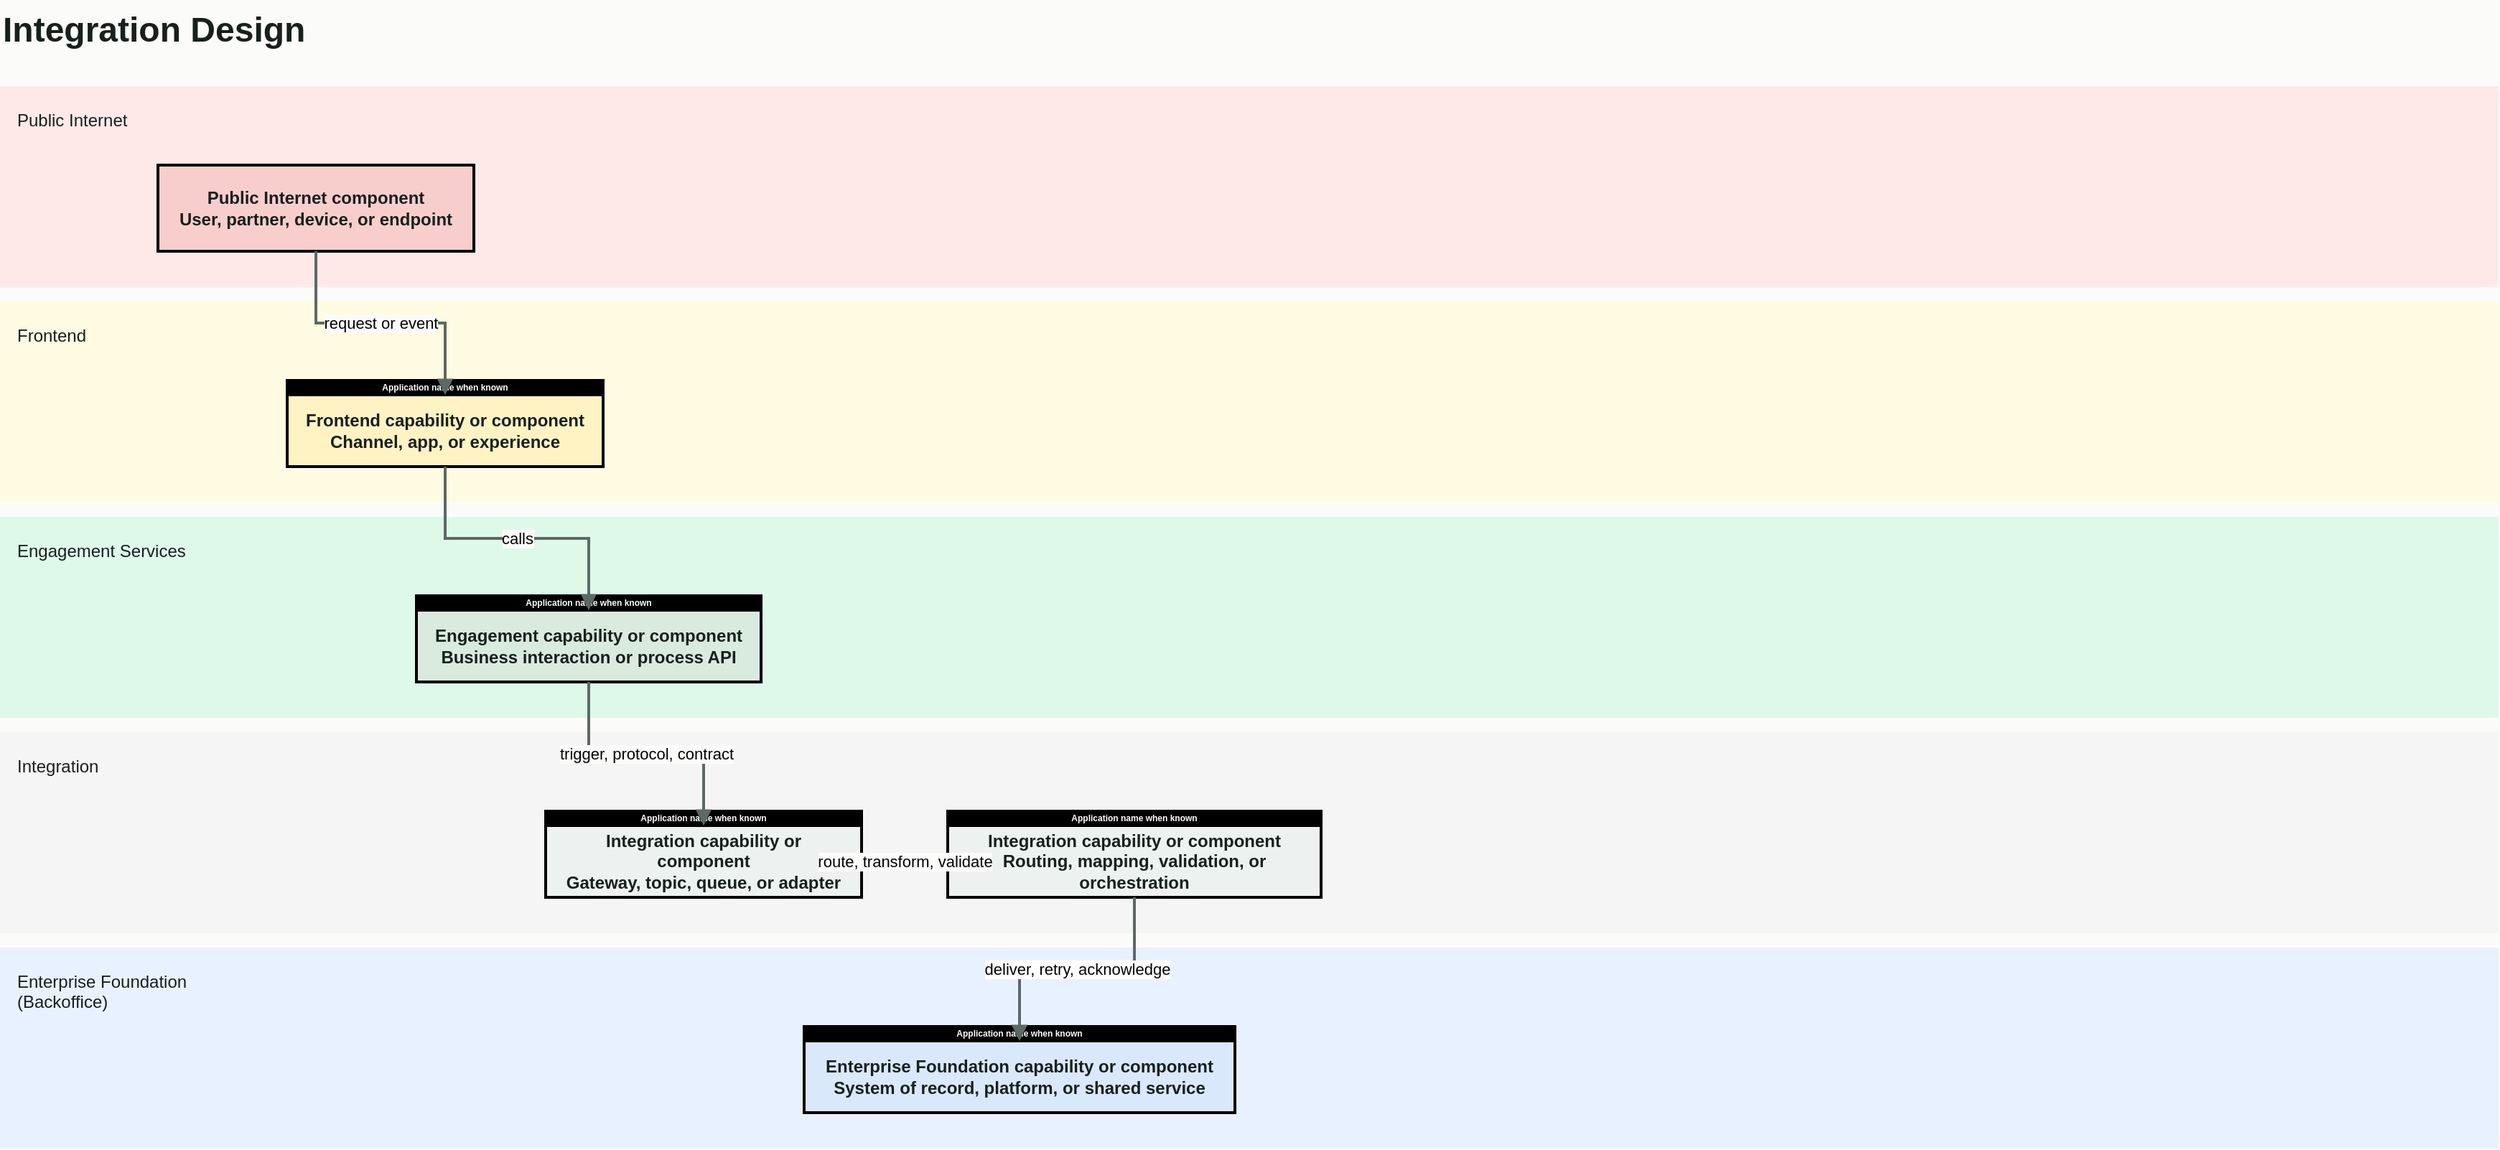
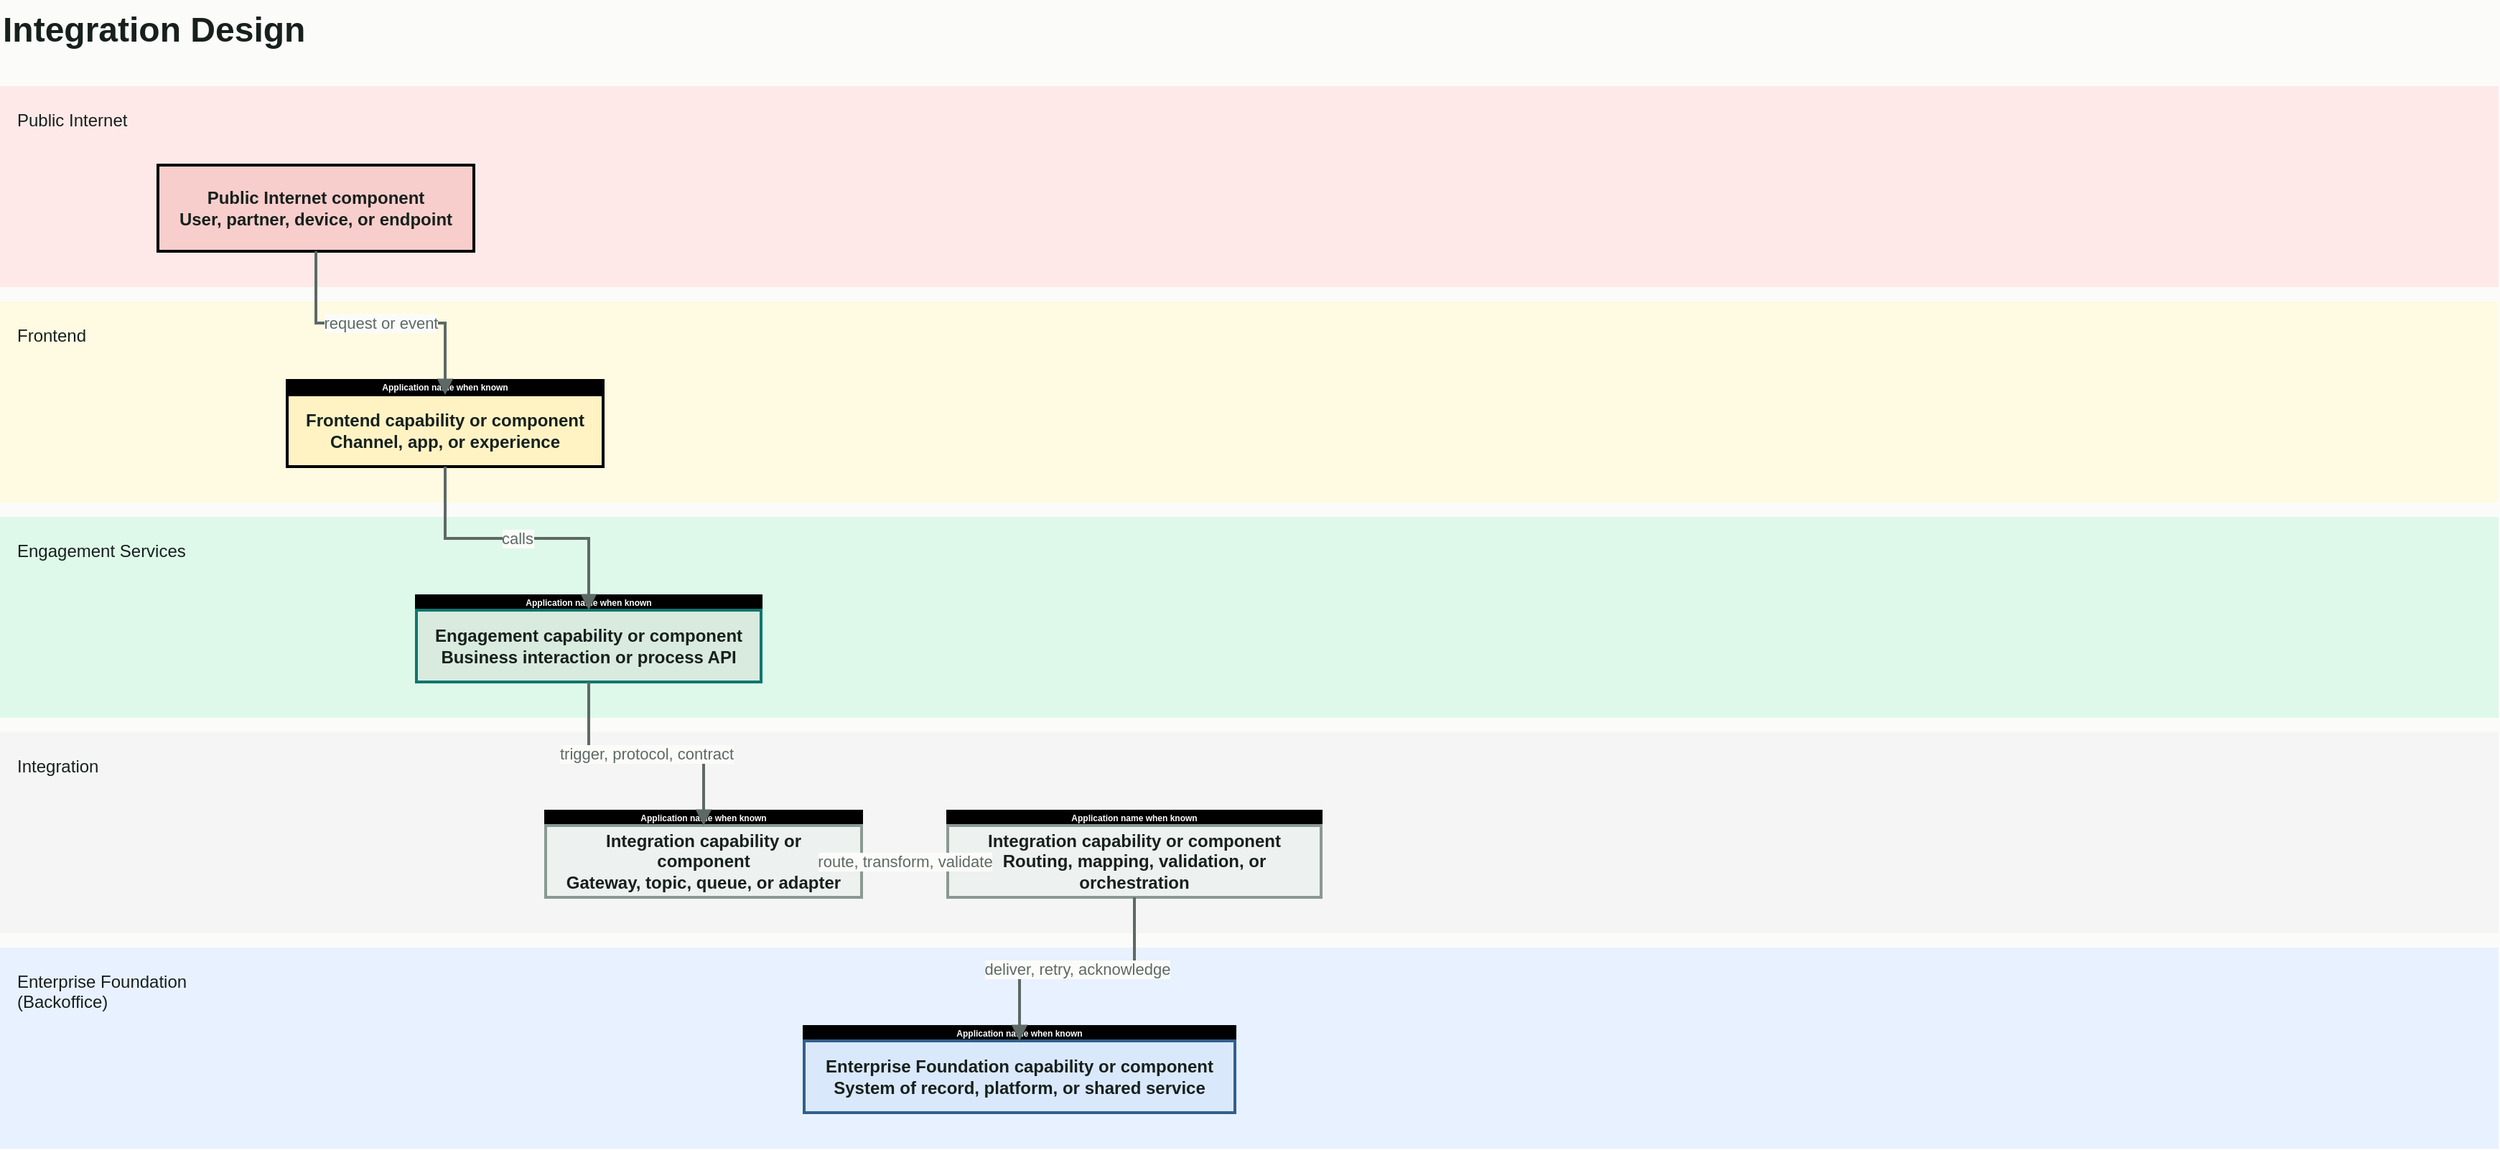
<mxfile host="65bd71144e">
    <diagram id="integration-design" name="Integration Design">
        <mxGraphModel dx="1387" dy="1162" grid="1" gridSize="10" guides="1" tooltips="1" connect="1" arrows="1" fold="1" page="1" pageScale="1" pageWidth="1169" pageHeight="1000" background="#fbfcfa" math="0" shadow="0">
            <root>
                <mxCell id="0"/>
                <mxCell id="1" parent="0"/>
                <mxCell id="title" value="Integration Design" style="text;html=1;strokeColor=none;fillColor=none;align=left;fontStyle=1;fontSize=24;fontColor=#17201d;" parent="1" vertex="1">
                    <mxGeometry x="60" y="40" width="420" height="40" as="geometry"/>
                </mxCell>
                <mxCell id="public-internet-layer" value="Public Internet" style="rounded=0;whiteSpace=wrap;html=1;align=left;verticalAlign=top;spacing=12;fontStyle=0;fillColor=#fee9e8;strokeColor=none;fontColor=#17201d;strokeWidth=2;" parent="1" vertex="1">
                    <mxGeometry x="60" y="100" width="1740" height="140" as="geometry"/>
                </mxCell>
                <mxCell id="frontend-layer" value="Frontend" style="rounded=0;whiteSpace=wrap;html=1;align=left;verticalAlign=top;spacing=12;fontStyle=0;fillColor=#fffbe2;strokeColor=none;fontColor=#17201d;strokeWidth=2;" parent="1" vertex="1">
                    <mxGeometry x="60" y="250" width="1740" height="140" as="geometry"/>
                </mxCell>
                <mxCell id="engagement-layer" value="Engagement Services" style="rounded=0;whiteSpace=wrap;html=1;align=left;verticalAlign=top;spacing=12;fontStyle=0;fillColor=#def9ea;strokeColor=none;fontColor=#17201d;strokeWidth=2;" parent="1" vertex="1">
                    <mxGeometry x="60" y="400" width="1740" height="140" as="geometry"/>
                </mxCell>
                <mxCell id="integration-layer" value="Integration" style="rounded=0;whiteSpace=wrap;html=1;align=left;verticalAlign=top;spacing=12;fontStyle=0;fillColor=#f5f5f5;strokeColor=none;fontColor=#17201d;strokeWidth=2;" parent="1" vertex="1">
                    <mxGeometry x="60" y="550" width="1740" height="140" as="geometry"/>
                </mxCell>
                <mxCell id="enterprise-foundation-layer" value="Enterprise Foundation &lt;br&gt;(Backoffice)" style="rounded=0;whiteSpace=wrap;html=1;align=left;verticalAlign=top;spacing=12;fontStyle=0;fillColor=#e8f1ff;strokeColor=none;fontColor=#17201d;strokeWidth=2;" parent="1" vertex="1">
                    <mxGeometry x="60" y="700" width="1740" height="140" as="geometry"/>
                </mxCell>
                <mxCell id="public-entry" value="Public Internet component&#xa;User, partner, device, or endpoint" style="rounded=0;whiteSpace=wrap;html=1;spacing=12;fillColor=#f8cecc;strokeColor=#000000;fontColor=#17201d;fontStyle=1;strokeWidth=2;" parent="1" vertex="1">
                    <mxGeometry x="170" y="155" width="220" height="60" as="geometry"/>
                </mxCell>
                <mxCell id="frontend-component-header" value="Application name when known" style="rounded=0;whiteSpace=wrap;html=1;spacing=0;fillColor=#000000;strokeColor=#000000;fontColor=#ffffff;fontStyle=1;fontSize=6;strokeWidth=2;" parent="1" vertex="1">
                    <mxGeometry x="260" y="305" width="220" height="10" as="geometry"/>
                </mxCell>
                <mxCell id="frontend-component" value="Frontend capability or component&#xa;Channel, app, or experience" style="rounded=0;whiteSpace=wrap;html=1;spacing=12;fillColor=#fff3c4;strokeColor=#000000;fontColor=#17201d;fontStyle=1;strokeWidth=2;" parent="1" vertex="1">
                    <mxGeometry x="260" y="315" width="220" height="50" as="geometry"/>
                </mxCell>
                <mxCell id="engagement-service-header" value="Application name when known" style="rounded=0;whiteSpace=wrap;html=1;spacing=0;fillColor=#000000;strokeColor=#000000;fontColor=#ffffff;fontStyle=1;fontSize=6;strokeWidth=2;" parent="1" vertex="1">
                    <mxGeometry x="350" y="455" width="240" height="10" as="geometry"/>
                </mxCell>
-                 <mxCell id="engagement-service" value="Engagement capability or component&#xa;Business interaction or process API" style="rounded=0;whiteSpace=wrap;html=1;spacing=12;fillColor=#d9eadf;strokeColor=default;fontColor=#17201d;fontStyle=1;strokeWidth=2;" parent="1" vertex="1">
+                 <mxCell id="engagement-service" value="Engagement capability or component&#xa;Business interaction or process API" style="rounded=0;whiteSpace=wrap;html=1;spacing=12;fillColor=#d9eadf;strokeColor=#0f766e;fontColor=#17201d;fontStyle=1;strokeWidth=2;" parent="1" vertex="1">
                    <mxGeometry x="350" y="465" width="240" height="50" as="geometry"/>
                </mxCell>
                <mxCell id="integration-ingress-header" value="Application name when known" style="rounded=0;whiteSpace=wrap;html=1;spacing=0;fillColor=#000000;strokeColor=#000000;fontColor=#ffffff;fontStyle=1;fontSize=6;strokeWidth=2;" parent="1" vertex="1">
                    <mxGeometry x="440" y="605" width="220" height="10" as="geometry"/>
                </mxCell>
-                 <mxCell id="integration-ingress" value="Integration capability or component&#xa;Gateway, topic, queue, or adapter" style="rounded=0;whiteSpace=wrap;html=1;spacing=12;fillColor=#edf2f0;strokeColor=default;fontColor=#17201d;fontStyle=1;strokeWidth=2;" parent="1" vertex="1">
+                 <mxCell id="integration-ingress" value="Integration capability or component&#xa;Gateway, topic, queue, or adapter" style="rounded=0;whiteSpace=wrap;html=1;spacing=12;fillColor=#edf2f0;strokeColor=#8a9992;fontColor=#17201d;fontStyle=1;strokeWidth=2;" parent="1" vertex="1">
                    <mxGeometry x="440" y="615" width="220" height="50" as="geometry"/>
                </mxCell>
                <mxCell id="integration-orchestration-header" value="Application name when known" style="rounded=0;whiteSpace=wrap;html=1;spacing=0;fillColor=#000000;strokeColor=#000000;fontColor=#ffffff;fontStyle=1;fontSize=6;strokeWidth=2;" parent="1" vertex="1">
                    <mxGeometry x="720" y="605" width="260" height="10" as="geometry"/>
                </mxCell>
-                 <mxCell id="integration-orchestration" value="Integration capability or component&#xa;Routing, mapping, validation, or orchestration" style="rounded=0;whiteSpace=wrap;html=1;spacing=12;fillColor=#edf2f0;strokeColor=default;fontColor=#17201d;fontStyle=1;strokeWidth=2;" parent="1" vertex="1">
+                 <mxCell id="integration-orchestration" value="Integration capability or component&#xa;Routing, mapping, validation, or orchestration" style="rounded=0;whiteSpace=wrap;html=1;spacing=12;fillColor=#edf2f0;strokeColor=#8a9992;fontColor=#17201d;fontStyle=1;strokeWidth=2;" parent="1" vertex="1">
                    <mxGeometry x="720" y="615" width="260" height="50" as="geometry"/>
                </mxCell>
                <mxCell id="foundation-component-header" value="Application name when known" style="rounded=0;whiteSpace=wrap;html=1;spacing=0;fillColor=#000000;strokeColor=#000000;fontColor=#ffffff;fontStyle=1;fontSize=6;strokeWidth=2;" parent="1" vertex="1">
                    <mxGeometry x="620" y="755" width="300" height="10" as="geometry"/>
                </mxCell>
-                 <mxCell id="foundation-component" value="Enterprise Foundation capability or component&#xa;System of record, platform, or shared service" style="rounded=0;whiteSpace=wrap;html=1;spacing=12;fillColor=#dae8fc;strokeColor=default;fontColor=#17201d;fontStyle=1;strokeWidth=2;" parent="1" vertex="1">
+                 <mxCell id="foundation-component" value="Enterprise Foundation capability or component&#xa;System of record, platform, or shared service" style="rounded=0;whiteSpace=wrap;html=1;spacing=12;fillColor=#dae8fc;strokeColor=#315f8f;fontColor=#17201d;fontStyle=1;strokeWidth=2;" parent="1" vertex="1">
                    <mxGeometry x="620" y="765" width="300" height="50" as="geometry"/>
                </mxCell>
-                 <mxCell id="edge-public-frontend" value="request or event" style="edgeStyle=orthogonalEdgeStyle;rounded=0;orthogonalLoop=1;jettySize=auto;html=1;endArrow=block;strokeColor=#5d6964;fontColor=default;labelBackgroundColor=#fbfcfa;labelBorderColor=none;strokeWidth=2;" parent="1" source="public-entry" target="frontend-component" edge="1">
+                 <mxCell id="edge-public-frontend" value="request or event" style="edgeStyle=orthogonalEdgeStyle;rounded=0;orthogonalLoop=1;jettySize=auto;html=1;endArrow=block;strokeColor=#5d6964;fontColor=#5d6964;labelBackgroundColor=#fbfcfa;labelBorderColor=none;strokeWidth=2;" parent="1" source="public-entry" target="frontend-component" edge="1">
                    <mxGeometry relative="1" as="geometry"/>
                </mxCell>
-                 <mxCell id="edge-frontend-engagement" value="calls" style="edgeStyle=orthogonalEdgeStyle;rounded=0;orthogonalLoop=1;jettySize=auto;html=1;endArrow=block;strokeColor=#5d6964;fontColor=default;labelBackgroundColor=#fbfcfa;labelBorderColor=none;strokeWidth=2;" parent="1" source="frontend-component" target="engagement-service" edge="1">
+                 <mxCell id="edge-frontend-engagement" value="calls" style="edgeStyle=orthogonalEdgeStyle;rounded=0;orthogonalLoop=1;jettySize=auto;html=1;endArrow=block;strokeColor=#5d6964;fontColor=#5d6964;labelBackgroundColor=#fbfcfa;labelBorderColor=none;strokeWidth=2;" parent="1" source="frontend-component" target="engagement-service" edge="1">
                    <mxGeometry relative="1" as="geometry"/>
                </mxCell>
-                 <mxCell id="edge-engagement-integration" value="trigger, protocol, contract" style="edgeStyle=orthogonalEdgeStyle;rounded=0;orthogonalLoop=1;jettySize=auto;html=1;endArrow=block;strokeColor=#5d6964;fontColor=default;labelBackgroundColor=#fbfcfa;labelBorderColor=none;strokeWidth=2;" parent="1" source="engagement-service" target="integration-ingress" edge="1">
+                 <mxCell id="edge-engagement-integration" value="trigger, protocol, contract" style="edgeStyle=orthogonalEdgeStyle;rounded=0;orthogonalLoop=1;jettySize=auto;html=1;endArrow=block;strokeColor=#5d6964;fontColor=#5d6964;labelBackgroundColor=#fbfcfa;labelBorderColor=none;strokeWidth=2;" parent="1" source="engagement-service" target="integration-ingress" edge="1">
                    <mxGeometry relative="1" as="geometry"/>
                </mxCell>
-                 <mxCell id="edge-integration-hop" value="route, transform, validate" style="edgeStyle=orthogonalEdgeStyle;rounded=0;orthogonalLoop=1;jettySize=auto;html=1;endArrow=block;strokeColor=#5d6964;fontColor=default;labelBackgroundColor=#fbfcfa;labelBorderColor=none;strokeWidth=2;" parent="1" source="integration-ingress" target="integration-orchestration" edge="1">
+                 <mxCell id="edge-integration-hop" value="route, transform, validate" style="edgeStyle=orthogonalEdgeStyle;rounded=0;orthogonalLoop=1;jettySize=auto;html=1;endArrow=block;strokeColor=#5d6964;fontColor=#5d6964;labelBackgroundColor=#fbfcfa;labelBorderColor=none;strokeWidth=2;" parent="1" source="integration-ingress" target="integration-orchestration" edge="1">
                    <mxGeometry relative="1" as="geometry"/>
                </mxCell>
-                 <mxCell id="edge-integration-foundation" value="deliver, retry, acknowledge" style="edgeStyle=orthogonalEdgeStyle;rounded=0;orthogonalLoop=1;jettySize=auto;html=1;endArrow=block;strokeColor=#5d6964;fontColor=default;labelBackgroundColor=default;labelBorderColor=none;strokeWidth=2;" parent="1" source="integration-orchestration" target="foundation-component" edge="1">
+                 <mxCell id="edge-integration-foundation" value="deliver, retry, acknowledge" style="edgeStyle=orthogonalEdgeStyle;rounded=0;orthogonalLoop=1;jettySize=auto;html=1;endArrow=block;strokeColor=#5d6964;fontColor=#5d6964;labelBackgroundColor=#fbfcfa;labelBorderColor=none;strokeWidth=2;" parent="1" source="integration-orchestration" target="foundation-component" edge="1">
                    <mxGeometry relative="1" as="geometry"/>
                </mxCell>
            </root>
        </mxGraphModel>
    </diagram>
- </mxfile>+ </mxfile>
